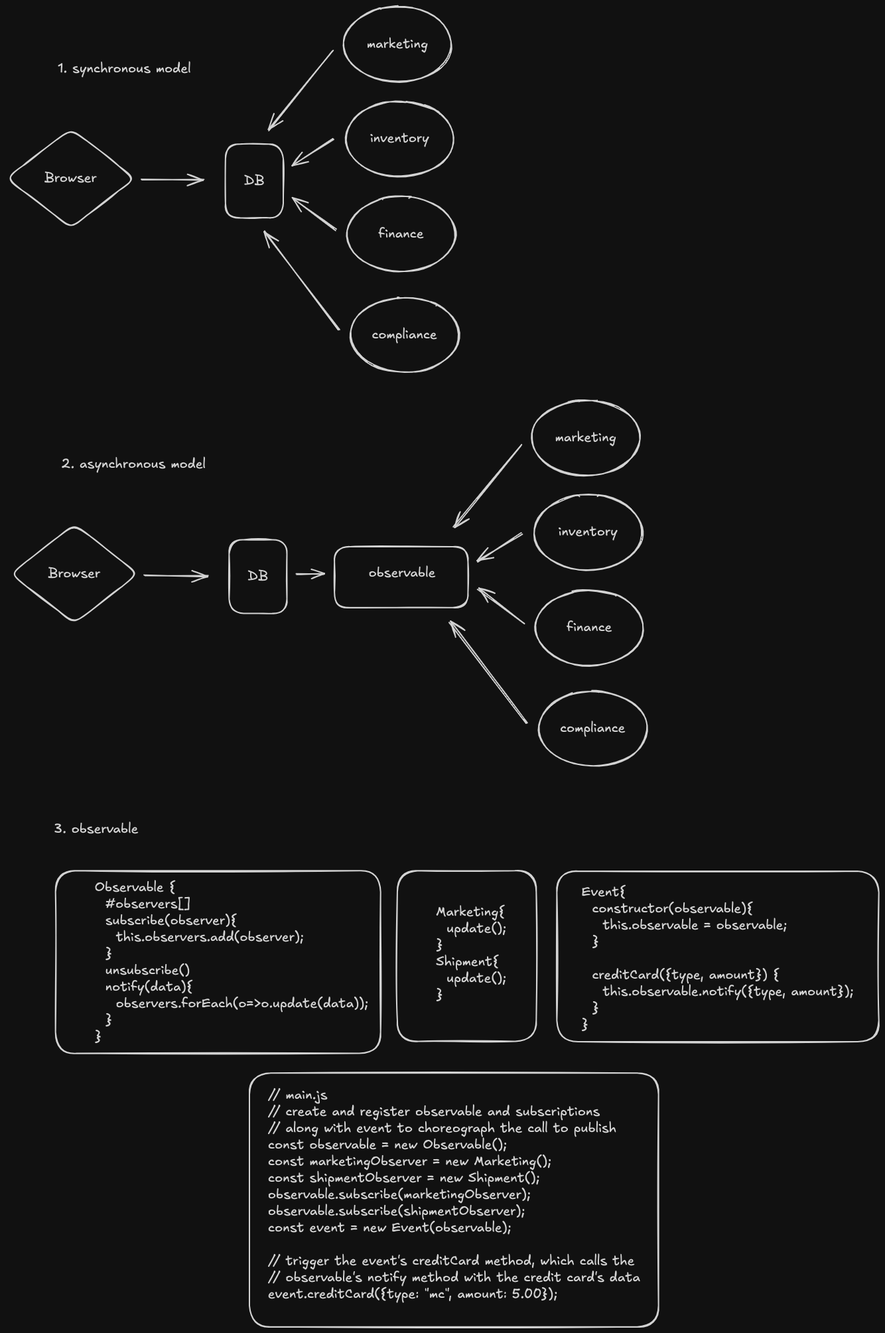
bronifty/js-node-and-web-streams keeps this Excalidraw diagram as js-streams-observable.png. Above is the earlier version. Source tidied: one line per element, renumbered; positions are measured from the earlier drawing's top-left corner, leaving out a move shared by most shapes.
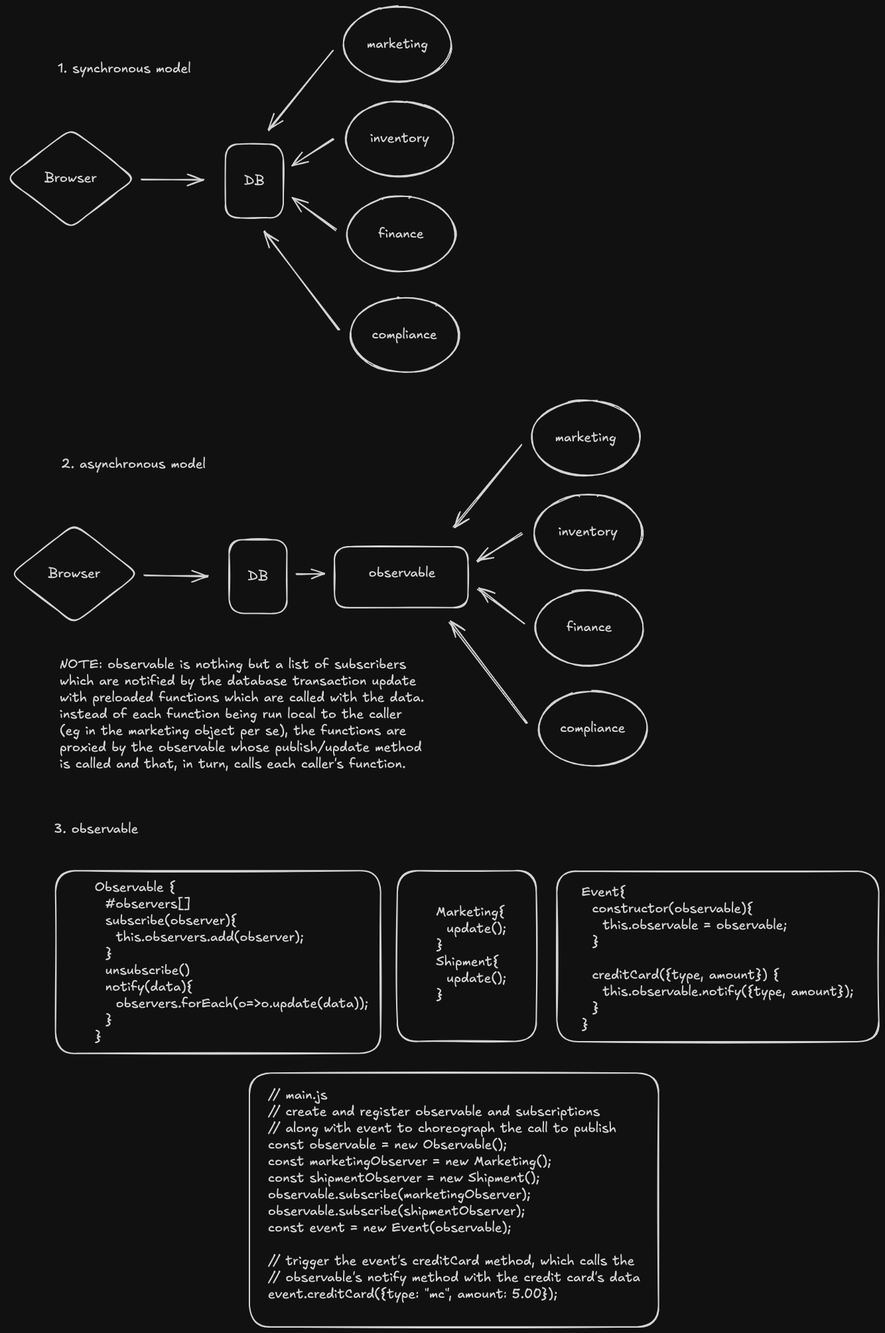
Later version of the same file.

What changed in the source:
```diff
@@ -46,3 +46,4 @@
 {"id": 45, "type": "text", "text": "Event{\n  constructor(observable){\n    this.observable = observable;\n  }\n   \n  creditCard({type, amount}) {\n    this.observable.notify({type, amount});\n  }\n}", "strokeColor": "#1e1e1e", "strokeWidth": 2, "roughness": 1, "fontSize": 20, "fontFamily": 5, "x": 867, "y": 1323, "width": 410, "height": 225}
 {"id": 46, "type": "rectangle", "strokeColor": "#1e1e1e", "strokeWidth": 2, "roughness": 1, "round": true, "x": 366, "y": 1607, "width": 617, "height": 382}
 {"id": 47, "type": "text", "text": "// main.js\n// create and register observable and subscriptions\n// along with event to choreograph the call to publish\nconst observable = new Observable();\nconst marketingObserver = new Marketing();\nconst shipmentObserver = new Shipment();\nobservable.subscribe(marketingObserver);\nobservable.subscribe(shipmentObserver);\nconst event = new Event(observable);\n\n// trigger the event's creditCard method, which calls the\n// observable's notify method with the credit card's data\nevent.creditCard({type: \"mc\", amount: 5.00});", "strokeColor": "#1e1e1e", "strokeWidth": 2, "roughness": 1, "fontSize": 20, "fontFamily": 5, "x": 394, "y": 1629, "width": 561, "height": 325}
+{"id": 48, "type": "text", "text": "NOTE: observable is nothing but a list of subscribers\nwhich are notified by the database transaction update\nwith preloaded functions which are called with the data.\ninstead of each function being run local to the caller\n(eg in the marketing object per se), the functions are \nproxied by the observable whose publish/update method \nis called and that, in turn, calls each caller's function.", "strokeColor": "#1e1e1e", "strokeWidth": 2, "roughness": 1, "fontSize": 20, "fontFamily": 5, "x": 80, "y": 980, "width": 554, "height": 175}
```
